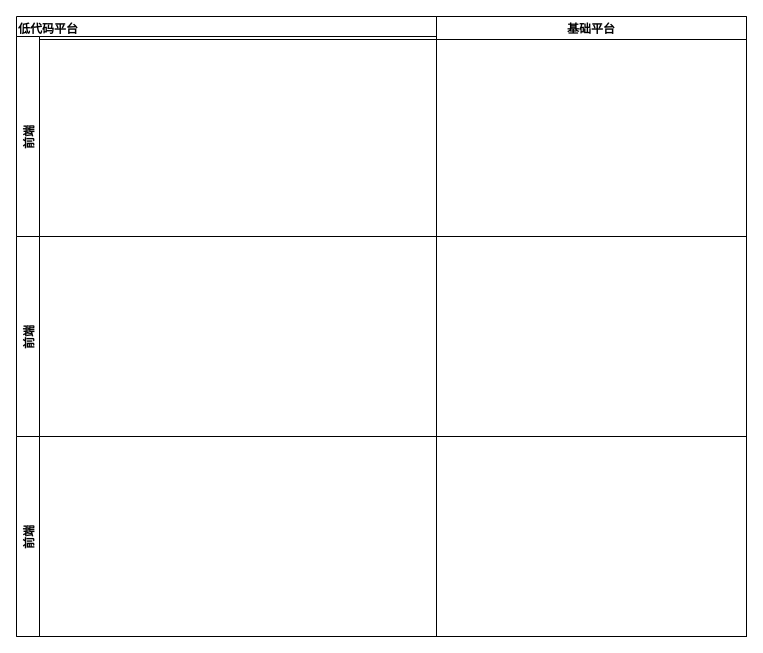
Earlier version of the draw.io diagram Untitled Diagram.drawio (YBKTester/PeanutAutoTest). Source tidied: cells renumbered, new cells numbered last; positions are measured from the earlier drawing's top-left corner, leaving out a move shared by most shapes. Both pictures are drawn from the tidied source at 100%, with x=0, y=0 at pixel (16, 16).
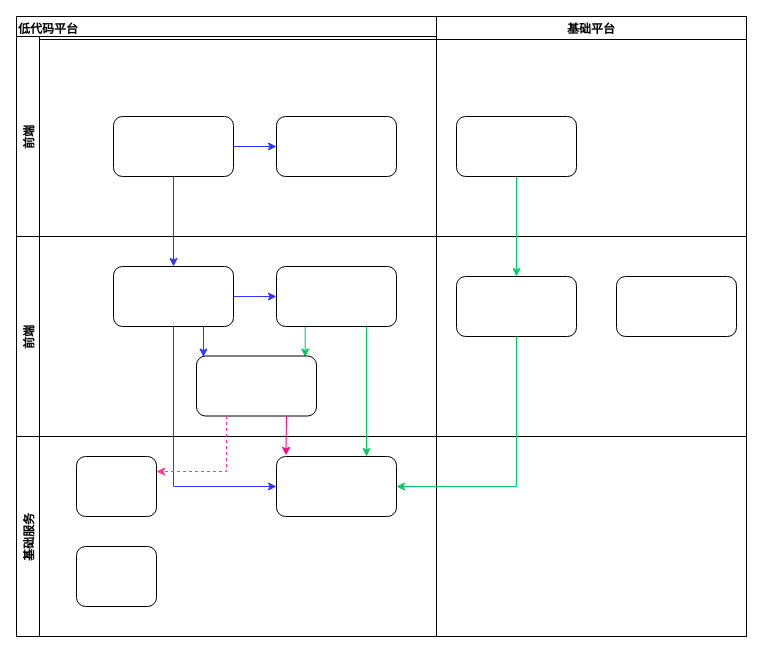
After the change.

The change refers to these unchanged cells:
```xml
<mxCell id="2" value="低代码平台" style="swimlane;align=left;" parent="1" vertex="1">
  <mxGeometry width="730" height="620" as="geometry" />
</mxCell>
<mxCell id="3" value="前端" style="swimlane;horizontal=0;" parent="2" vertex="1">
  <mxGeometry y="20" width="730" height="200" as="geometry" />
</mxCell>
<mxCell id="4" value="前端" style="swimlane;horizontal=0;" parent="2" vertex="1">
  <mxGeometry y="220" width="730" height="200" as="geometry" />
</mxCell>
<mxCell id="6" value="基础平台" style="swimlane;" parent="1" vertex="1">
  <mxGeometry x="420" width="310" height="620" as="geometry" />
</mxCell>
```

What changed in the source:
```diff
@@
+    <mxCell id="7" style="edgeStyle=orthogonalEdgeStyle;rounded=0;jettySize=auto;html=1;entryX=0;entryY=0.5;entryDx=0;entryDy=0;strokeColor=#3333FF;" parent="3" edge="1" source="8" target="9">
+      <mxGeometry relative="1" as="geometry" />
+    </mxCell>
+    <mxCell id="8" style="rounded=1;whiteSpace=wrap;html=1;align=left;" parent="3" vertex="1">
+      <mxGeometry x="97" y="80" width="120" height="60" as="geometry" />
+    </mxCell>
+    <mxCell id="9" style="rounded=1;whiteSpace=wrap;html=1;align=left;" parent="3" vertex="1">
+      <mxGeometry x="260" y="80" width="120" height="60" as="geometry" />
+    </mxCell>
@@
+    <mxCell id="10" style="edgeStyle=orthogonalEdgeStyle;rounded=0;jettySize=auto;html=1;strokeColor=#3333FF;" parent="4" edge="1" source="12" target="14">
+      <mxGeometry relative="1" as="geometry" />
+    </mxCell>
+    <mxCell id="11" style="edgeStyle=orthogonalEdgeStyle;rounded=0;jettySize=auto;html=1;exitX=0.75;exitY=1;exitDx=0;exitDy=0;entryX=0.058;entryY=0.017;entryDx=0;entryDy=0;entryPerimeter=0;strokeColor=#3333FF;" parent="4" edge="1" source="12" target="15">
+      <mxGeometry relative="1" as="geometry" />
+    </mxCell>
+    <mxCell id="12" style="rounded=1;whiteSpace=wrap;html=1;align=left;" parent="4" vertex="1">
+      <mxGeometry x="97" y="30" width="120" height="60" as="geometry" />
+    </mxCell>
+    <mxCell id="13" style="edgeStyle=orthogonalEdgeStyle;rounded=0;jettySize=auto;html=1;exitX=0.25;exitY=1;exitDx=0;exitDy=0;entryX=0.906;entryY=0.017;entryDx=0;entryDy=0;entryPerimeter=0;strokeColor=#00CC66;" parent="4" edge="1" source="14" target="15">
+      <mxGeometry relative="1" as="geometry" />
+    </mxCell>
+    <mxCell id="14" style="rounded=1;whiteSpace=wrap;html=1;align=left;" parent="4" vertex="1">
+      <mxGeometry x="260" y="30" width="120" height="60" as="geometry" />
+    </mxCell>
+    <mxCell id="15" style="rounded=1;whiteSpace=wrap;html=1;align=left;" parent="4" vertex="1">
+      <mxGeometry x="180" y="119.5" width="120" height="60" as="geometry" />
+    </mxCell>
-    <mxCell id="5" value="前端" style="swimlane;horizontal=0;" parent="2" vertex="1">
+    <mxCell id="5" value="基础服务" style="swimlane;horizontal=0;" parent="2" vertex="1">
       <mxGeometry y="420" width="730" height="200" as="geometry" />
     </mxCell>
+    <mxCell id="16" style="rounded=1;whiteSpace=wrap;html=1;align=left;" parent="5" vertex="1">
+      <mxGeometry x="60" y="20" width="80" height="60" as="geometry" />
+    </mxCell>
+    <mxCell id="17" style="rounded=1;whiteSpace=wrap;html=1;align=left;" parent="5" vertex="1">
+      <mxGeometry x="260" y="20" width="120" height="60" as="geometry" />
+    </mxCell>
+    <mxCell id="18" style="rounded=1;whiteSpace=wrap;html=1;align=left;" parent="5" vertex="1">
+      <mxGeometry x="60" y="110" width="80" height="60" as="geometry" />
+    </mxCell>
+    <mxCell id="19" style="edgeStyle=orthogonalEdgeStyle;rounded=0;jettySize=auto;html=1;entryX=0.5;entryY=0;entryDx=0;entryDy=0;strokeColor=#3333FF;" parent="2" edge="1" source="8" target="12">
+      <mxGeometry relative="1" as="geometry" />
+    </mxCell>
+    <mxCell id="20" style="edgeStyle=orthogonalEdgeStyle;rounded=0;jettySize=auto;html=1;exitX=0.75;exitY=1;exitDx=0;exitDy=0;entryX=0.75;entryY=0;entryDx=0;entryDy=0;strokeColor=#00CC66;" parent="2" edge="1" source="14" target="17">
+      <mxGeometry relative="1" as="geometry" />
+    </mxCell>
+    <mxCell id="21" style="edgeStyle=orthogonalEdgeStyle;rounded=0;jettySize=auto;html=1;entryX=0;entryY=0.5;entryDx=0;entryDy=0;exitX=0.5;exitY=1;exitDx=0;exitDy=0;strokeColor=#3333FF;" parent="2" edge="1" source="12" target="17">
+      <mxGeometry relative="1" as="geometry" />
+    </mxCell>
+    <mxCell id="22" style="edgeStyle=orthogonalEdgeStyle;rounded=0;jettySize=auto;html=1;exitX=0.75;exitY=1;exitDx=0;exitDy=0;entryX=0.079;entryY=-0.019;entryDx=0;entryDy=0;entryPerimeter=0;strokeColor=#FF0080;" parent="2" edge="1" source="15" target="17">
+      <mxGeometry relative="1" as="geometry" />
+    </mxCell>
+    <mxCell id="23" style="edgeStyle=orthogonalEdgeStyle;rounded=0;jettySize=auto;html=1;exitX=0.25;exitY=1;exitDx=0;exitDy=0;entryX=1;entryY=0.25;entryDx=0;entryDy=0;dashed=1;strokeColor=#FF3399;" parent="2" edge="1" source="15" target="16">
+      <mxGeometry relative="1" as="geometry" />
+    </mxCell>
@@
+    <mxCell id="24" style="edgeStyle=orthogonalEdgeStyle;rounded=0;jettySize=auto;html=1;strokeColor=#00CC66;" parent="6" edge="1" source="25" target="26">
+      <mxGeometry relative="1" as="geometry" />
+    </mxCell>
+    <mxCell id="25" style="rounded=1;whiteSpace=wrap;html=1;align=left;" parent="6" vertex="1">
+      <mxGeometry x="20" y="100" width="120" height="60" as="geometry" />
+    </mxCell>
+    <mxCell id="26" style="rounded=1;whiteSpace=wrap;html=1;align=left;" parent="6" vertex="1">
+      <mxGeometry x="20" y="260" width="120" height="60" as="geometry" />
+    </mxCell>
+    <mxCell id="27" style="rounded=1;whiteSpace=wrap;html=1;align=left;" parent="6" vertex="1">
+      <mxGeometry x="180" y="260" width="120" height="60" as="geometry" />
+    </mxCell>
+    <mxCell id="28" style="edgeStyle=orthogonalEdgeStyle;rounded=0;jettySize=auto;html=1;entryX=1;entryY=0.5;entryDx=0;entryDy=0;strokeColor=#00CC66;exitX=0.5;exitY=1;exitDx=0;exitDy=0;" parent="1" edge="1" source="26" target="17">
+      <mxGeometry relative="1" as="geometry" />
+    </mxCell>
```
